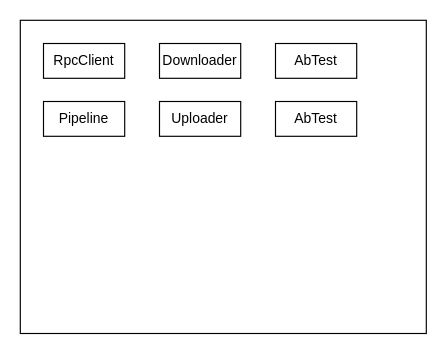
This is page "第二层" (2 of 2) of 梧桐.drawio from zebra-min/my-design, a draw.io file, before an edit. Source tidied: cells renumbered, new cells numbered last; positions are measured from the earlier drawing's top-left corner, leaving out a move shared by most shapes. Both pictures are drawn from the tidied source at 116%, with x=0, y=0 at pixel (20, 20).
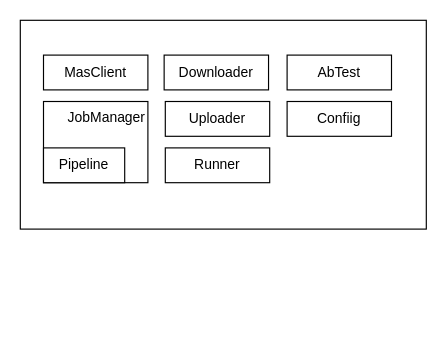
After the change.

Diff of the diagram source:
```diff
@@
 <mxGraphModel>
   <root>
     <mxCell id="0" />
     <mxCell id="1" parent="0" />
     <mxCell id="2" style="rounded=0;whiteSpace=wrap;html=1;" parent="1" vertex="1">
-      <mxGeometry width="350" height="270" as="geometry" />
+      <mxGeometry width="350" height="180" as="geometry" />
     </mxCell>
-    <mxCell id="3" value="RpcClient" style="rounded=0;whiteSpace=wrap;html=1;" parent="1" vertex="1">
-      <mxGeometry x="20" y="20" width="70" height="30" as="geometry" />
+    <mxCell id="3" value="MasClient" style="rounded=0;whiteSpace=wrap;html=1;" parent="1" vertex="1">
+      <mxGeometry x="20" y="30" width="90" height="30" as="geometry" />
     </mxCell>
-    <mxCell id="4" value="Pipeline" style="rounded=0;whiteSpace=wrap;html=1;" parent="1" vertex="1">
-      <mxGeometry x="20" y="70" width="70" height="30" as="geometry" />
+    <mxCell id="4" value="JobManager" style="rounded=0;whiteSpace=wrap;html=1;horizontal=1;align=right;verticalAlign=top;" parent="1" vertex="1">
+      <mxGeometry x="20" y="70" width="90" height="70" as="geometry" />
     </mxCell>
     <mxCell id="5" value="Downloader" style="rounded=0;whiteSpace=wrap;html=1;" parent="1" vertex="1">
-      <mxGeometry x="120" y="20" width="70" height="30" as="geometry" />
+      <mxGeometry x="124" y="30" width="90" height="30" as="geometry" />
     </mxCell>
     <mxCell id="6" value="Uploader" style="rounded=0;whiteSpace=wrap;html=1;" parent="1" vertex="1">
-      <mxGeometry x="120" y="70" width="70" height="30" as="geometry" />
+      <mxGeometry x="125" y="70" width="90" height="30" as="geometry" />
     </mxCell>
     <mxCell id="7" value="AbTest" style="rounded=0;whiteSpace=wrap;html=1;" parent="1" vertex="1">
-      <mxGeometry x="220" y="20" width="70" height="30" as="geometry" />
+      <mxGeometry x="230" y="30" width="90" height="30" as="geometry" />
     </mxCell>
-    <mxCell id="8" value="AbTest" style="rounded=0;whiteSpace=wrap;html=1;" parent="1" vertex="1">
-      <mxGeometry x="220" y="70" width="70" height="30" as="geometry" />
+    <mxCell id="8" value="Runner" style="rounded=0;whiteSpace=wrap;html=1;" parent="1" vertex="1">
+      <mxGeometry x="125" y="110" width="90" height="30" as="geometry" />
     </mxCell>
+    <mxCell id="9" value="Pipeline" style="rounded=0;whiteSpace=wrap;html=1;" parent="1" vertex="1">
+      <mxGeometry x="20" y="110" width="70" height="30" as="geometry" />
+    </mxCell>
+    <mxCell id="10" value="Confiig" style="rounded=0;whiteSpace=wrap;html=1;" parent="1" vertex="1">
+      <mxGeometry x="230" y="70" width="90" height="30" as="geometry" />
+    </mxCell>
   </root>
 </mxGraphModel>
```
